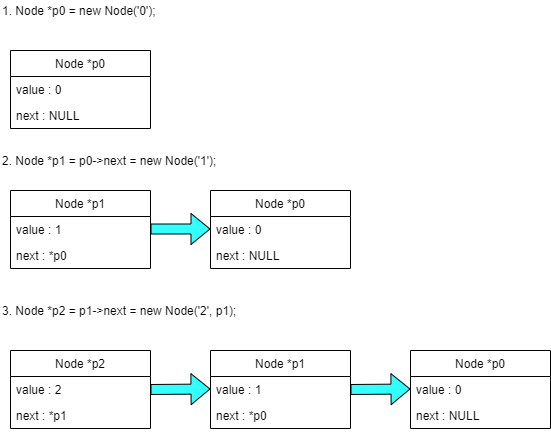
This is TIRA/week44/Exercise_2/diagram.png from pikkutimo/Studies, a draw.io export, as it was before one commit. Source tidied: cells renumbered, new cells last; positions are measured from the earlier drawing's top-left corner, leaving out a move shared by most shapes. Source of this version:
```xml
<mxGraphModel>
  <root>
    <mxCell id="0" />
    <mxCell id="1" parent="0" />
    <mxCell id="2" value="Node *p0" style="swimlane;fontStyle=0;horizontal=1;startSize=26;fillColor=none;" parent="1" vertex="1">
      <mxGeometry x="210" y="190" width="140" height="78" as="geometry" />
    </mxCell>
    <mxCell id="3" value="value : 0" style="text;strokeColor=none;fillColor=none;align=left;verticalAlign=top;spacingLeft=4;spacingRight=4;overflow=hidden;" parent="2" vertex="1">
      <mxGeometry y="26" width="140" height="26" as="geometry" />
    </mxCell>
    <mxCell id="4" value="next : NULL" style="text;strokeColor=none;fillColor=none;align=left;verticalAlign=top;spacingLeft=4;spacingRight=4;overflow=hidden;" parent="2" vertex="1">
      <mxGeometry y="52" width="140" height="26" as="geometry" />
    </mxCell>
    <mxCell id="5" value="1.&amp;nbsp;&lt;span&gt;Node *p0 = new Node('0');&lt;/span&gt;" style="text;html=1;strokeColor=none;fillColor=none;align=left;verticalAlign=middle;whiteSpace=wrap;rounded=0;" parent="1" vertex="1">
      <mxGeometry width="360" height="20" as="geometry" />
    </mxCell>
    <mxCell id="6" value="2.&amp;nbsp;&lt;span&gt;Node *p1 = p0-&amp;gt;next = new Node('1');&lt;/span&gt;" style="text;html=1;strokeColor=none;fillColor=none;align=left;verticalAlign=middle;whiteSpace=wrap;rounded=0;" parent="1" vertex="1">
      <mxGeometry y="150" width="360" height="20" as="geometry" />
    </mxCell>
    <mxCell id="7" value="Node *p0" style="swimlane;fontStyle=0;horizontal=1;startSize=26;fillColor=none;" parent="1" vertex="1">
      <mxGeometry x="10" y="50" width="140" height="78" as="geometry" />
    </mxCell>
    <mxCell id="8" value="value : 0" style="text;strokeColor=none;fillColor=none;align=left;verticalAlign=top;spacingLeft=4;spacingRight=4;overflow=hidden;" parent="7" vertex="1">
      <mxGeometry y="26" width="140" height="26" as="geometry" />
    </mxCell>
    <mxCell id="9" value="next : NULL" style="text;strokeColor=none;fillColor=none;align=left;verticalAlign=top;spacingLeft=4;spacingRight=4;overflow=hidden;" parent="7" vertex="1">
      <mxGeometry y="52" width="140" height="26" as="geometry" />
    </mxCell>
    <mxCell id="10" value="Node *p1" style="swimlane;fontStyle=0;horizontal=1;startSize=26;fillColor=none;" parent="1" vertex="1">
      <mxGeometry x="10" y="190" width="140" height="78" as="geometry" />
    </mxCell>
    <mxCell id="11" value="value : 1&#10;" style="text;strokeColor=none;fillColor=none;align=left;verticalAlign=top;spacingLeft=4;spacingRight=4;overflow=hidden;points=[[0,0.5],[1,0.5]];portConstraint=eastwest;" parent="10" vertex="1">
      <mxGeometry y="26" width="140" height="26" as="geometry" />
    </mxCell>
    <mxCell id="12" value="next : *p0" style="text;strokeColor=none;fillColor=none;align=left;verticalAlign=top;spacingLeft=4;spacingRight=4;overflow=hidden;" parent="10" vertex="1">
      <mxGeometry y="52" width="140" height="26" as="geometry" />
    </mxCell>
    <mxCell id="13" value="3.&amp;nbsp;&lt;span&gt;Node *p2 = p1-&amp;gt;next = new Node('2', p1);&lt;/span&gt;" style="text;html=1;strokeColor=none;fillColor=none;align=left;verticalAlign=middle;whiteSpace=wrap;rounded=0;" parent="1" vertex="1">
      <mxGeometry y="300" width="360" height="20" as="geometry" />
    </mxCell>
    <mxCell id="14" value="Node *p1" style="swimlane;fontStyle=0;horizontal=1;startSize=26;fillColor=none;" parent="1" vertex="1">
      <mxGeometry x="210" y="350" width="140" height="78" as="geometry" />
    </mxCell>
    <mxCell id="15" value="value : 1&#10;" style="text;strokeColor=none;fillColor=none;align=left;verticalAlign=top;spacingLeft=4;spacingRight=4;overflow=hidden;points=[[0,0.5],[1,0.5]];portConstraint=eastwest;" parent="14" vertex="1">
      <mxGeometry y="26" width="140" height="26" as="geometry" />
    </mxCell>
    <mxCell id="16" value="next : *p0" style="text;strokeColor=none;fillColor=none;align=left;verticalAlign=top;spacingLeft=4;spacingRight=4;overflow=hidden;" parent="14" vertex="1">
      <mxGeometry y="52" width="140" height="26" as="geometry" />
    </mxCell>
    <mxCell id="17" value="Node *p0" style="swimlane;fontStyle=0;horizontal=1;startSize=26;fillColor=none;" parent="1" vertex="1">
      <mxGeometry x="410" y="350" width="140" height="78" as="geometry" />
    </mxCell>
    <mxCell id="18" value="value : 0" style="text;strokeColor=none;fillColor=none;align=left;verticalAlign=top;spacingLeft=4;spacingRight=4;overflow=hidden;" parent="17" vertex="1">
      <mxGeometry y="26" width="140" height="26" as="geometry" />
    </mxCell>
    <mxCell id="19" value="next : NULL" style="text;strokeColor=none;fillColor=none;align=left;verticalAlign=top;spacingLeft=4;spacingRight=4;overflow=hidden;" parent="17" vertex="1">
      <mxGeometry y="52" width="140" height="26" as="geometry" />
    </mxCell>
    <mxCell id="20" value="Node *p2" style="swimlane;fontStyle=0;horizontal=1;startSize=26;fillColor=none;" parent="1" vertex="1">
      <mxGeometry x="10" y="350" width="140" height="78" as="geometry" />
    </mxCell>
    <mxCell id="21" value="value : 2" style="text;strokeColor=none;fillColor=none;align=left;verticalAlign=top;spacingLeft=4;spacingRight=4;overflow=hidden;points=[[0,0.5],[1,0.5]];portConstraint=eastwest;" parent="20" vertex="1">
      <mxGeometry y="26" width="140" height="26" as="geometry" />
    </mxCell>
    <mxCell id="22" value="next : *p1" style="text;strokeColor=none;fillColor=none;align=left;verticalAlign=top;spacingLeft=4;spacingRight=4;overflow=hidden;" parent="20" vertex="1">
      <mxGeometry y="52" width="140" height="26" as="geometry" />
    </mxCell>
    <mxCell id="23" style="shape=flexArrow;endArrow=classic;html=1;fillColor=#33FFFF;exitX=1;exitY=0.481;exitDx=0;exitDy=0;exitPerimeter=0;" parent="1" edge="1" source="11">
      <mxGeometry relative="1" as="geometry">
        <mxPoint x="210" y="228.5" as="targetPoint" />
      </mxGeometry>
    </mxCell>
    <mxCell id="24" style="shape=flexArrow;endArrow=classic;html=1;fillColor=#33FFFF;exitX=1;exitY=0.5;exitDx=0;exitDy=0;" parent="1" edge="1" source="21">
      <mxGeometry relative="1" as="geometry">
        <mxPoint x="210" y="388.5" as="targetPoint" />
      </mxGeometry>
    </mxCell>
    <mxCell id="25" style="shape=flexArrow;endArrow=classic;html=1;fillColor=#33FFFF;exitX=1;exitY=0.5;exitDx=0;exitDy=0;" parent="1" edge="1" source="15">
      <mxGeometry relative="1" as="geometry">
        <mxPoint x="410" y="388.5" as="targetPoint" />
      </mxGeometry>
    </mxCell>
  </root>
</mxGraphModel>
```
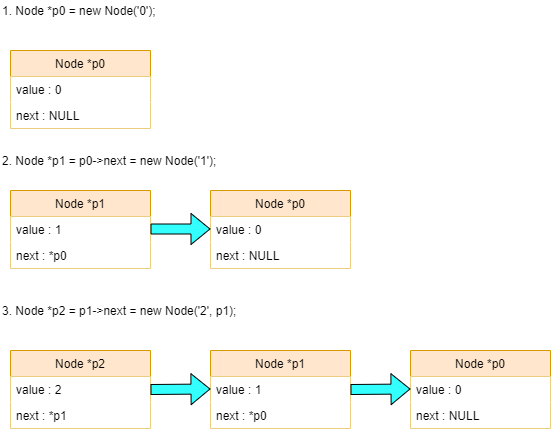
The same file after the commit.

Commit message:
Replaced diagram

Change to the diagram source:
```diff
@@ -2,67 +2,67 @@
   <root>
     <mxCell id="0" />
     <mxCell id="1" parent="0" />
-    <mxCell id="2" value="Node *p0" style="swimlane;fontStyle=0;horizontal=1;startSize=26;fillColor=none;" parent="1" vertex="1">
+    <mxCell id="2" value="Node *p0" style="swimlane;fontStyle=0;horizontal=1;startSize=26;fillColor=#ffe6cc;strokeColor=#d79b00;" parent="1" vertex="1">
       <mxGeometry x="210" y="190" width="140" height="78" as="geometry" />
     </mxCell>
-    <mxCell id="3" value="value : 0" style="text;strokeColor=none;fillColor=none;align=left;verticalAlign=top;spacingLeft=4;spacingRight=4;overflow=hidden;" parent="2" vertex="1">
+    <mxCell id="3" value="value : 0" style="text;strokeColor=none;align=left;verticalAlign=top;spacingLeft=4;spacingRight=4;overflow=hidden;fillColor=#ffffff;" parent="2" vertex="1">
       <mxGeometry y="26" width="140" height="26" as="geometry" />
     </mxCell>
-    <mxCell id="4" value="next : NULL" style="text;strokeColor=none;fillColor=none;align=left;verticalAlign=top;spacingLeft=4;spacingRight=4;overflow=hidden;" parent="2" vertex="1">
+    <mxCell id="4" value="next : NULL" style="text;strokeColor=none;align=left;verticalAlign=top;spacingLeft=4;spacingRight=4;overflow=hidden;fillColor=#ffffff;" parent="2" vertex="1">
       <mxGeometry y="52" width="140" height="26" as="geometry" />
     </mxCell>
-    <mxCell id="5" value="1.&amp;nbsp;&lt;span&gt;Node *p0 = new Node('0');&lt;/span&gt;" style="text;html=1;strokeColor=none;fillColor=none;align=left;verticalAlign=middle;whiteSpace=wrap;rounded=0;" parent="1" vertex="1">
+    <mxCell id="5" value="1.&amp;nbsp;&lt;span&gt;Node *p0 = new Node('0');&lt;/span&gt;" style="text;html=1;strokeColor=none;align=left;verticalAlign=middle;whiteSpace=wrap;rounded=0;fillColor=#ffffff;" parent="1" vertex="1">
       <mxGeometry width="360" height="20" as="geometry" />
     </mxCell>
-    <mxCell id="6" value="2.&amp;nbsp;&lt;span&gt;Node *p1 = p0-&amp;gt;next = new Node('1');&lt;/span&gt;" style="text;html=1;strokeColor=none;fillColor=none;align=left;verticalAlign=middle;whiteSpace=wrap;rounded=0;" parent="1" vertex="1">
+    <mxCell id="6" value="2.&amp;nbsp;&lt;span&gt;Node *p1 = p0-&amp;gt;next = new Node('1');&lt;/span&gt;" style="text;html=1;strokeColor=none;align=left;verticalAlign=middle;whiteSpace=wrap;rounded=0;fillColor=#ffffff;" parent="1" vertex="1">
       <mxGeometry y="150" width="360" height="20" as="geometry" />
     </mxCell>
-    <mxCell id="7" value="Node *p0" style="swimlane;fontStyle=0;horizontal=1;startSize=26;fillColor=none;" parent="1" vertex="1">
+    <mxCell id="7" value="Node *p0" style="swimlane;fontStyle=0;horizontal=1;startSize=26;fillColor=#ffe6cc;strokeColor=#d79b00;" parent="1" vertex="1">
       <mxGeometry x="10" y="50" width="140" height="78" as="geometry" />
     </mxCell>
-    <mxCell id="8" value="value : 0" style="text;strokeColor=none;fillColor=none;align=left;verticalAlign=top;spacingLeft=4;spacingRight=4;overflow=hidden;" parent="7" vertex="1">
+    <mxCell id="8" value="value : 0" style="text;strokeColor=none;align=left;verticalAlign=top;spacingLeft=4;spacingRight=4;overflow=hidden;fillColor=#ffffff;" parent="7" vertex="1">
       <mxGeometry y="26" width="140" height="26" as="geometry" />
     </mxCell>
-    <mxCell id="9" value="next : NULL" style="text;strokeColor=none;fillColor=none;align=left;verticalAlign=top;spacingLeft=4;spacingRight=4;overflow=hidden;" parent="7" vertex="1">
+    <mxCell id="9" value="next : NULL" style="text;strokeColor=none;align=left;verticalAlign=top;spacingLeft=4;spacingRight=4;overflow=hidden;fillColor=#ffffff;" parent="7" vertex="1">
       <mxGeometry y="52" width="140" height="26" as="geometry" />
     </mxCell>
-    <mxCell id="10" value="Node *p1" style="swimlane;fontStyle=0;horizontal=1;startSize=26;fillColor=none;" parent="1" vertex="1">
+    <mxCell id="10" value="Node *p1" style="swimlane;fontStyle=0;horizontal=1;startSize=26;fillColor=#ffe6cc;strokeColor=#d79b00;" parent="1" vertex="1">
       <mxGeometry x="10" y="190" width="140" height="78" as="geometry" />
     </mxCell>
-    <mxCell id="11" value="value : 1&#10;" style="text;strokeColor=none;fillColor=none;align=left;verticalAlign=top;spacingLeft=4;spacingRight=4;overflow=hidden;points=[[0,0.5],[1,0.5]];portConstraint=eastwest;" parent="10" vertex="1">
+    <mxCell id="11" value="value : 1&#10;" style="text;strokeColor=none;align=left;verticalAlign=top;spacingLeft=4;spacingRight=4;overflow=hidden;points=[[0,0.5],[1,0.5]];portConstraint=eastwest;fillColor=#ffffff;" parent="10" vertex="1">
       <mxGeometry y="26" width="140" height="26" as="geometry" />
     </mxCell>
-    <mxCell id="12" value="next : *p0" style="text;strokeColor=none;fillColor=none;align=left;verticalAlign=top;spacingLeft=4;spacingRight=4;overflow=hidden;" parent="10" vertex="1">
+    <mxCell id="12" value="next : *p0" style="text;strokeColor=none;align=left;verticalAlign=top;spacingLeft=4;spacingRight=4;overflow=hidden;fillColor=#ffffff;" parent="10" vertex="1">
       <mxGeometry y="52" width="140" height="26" as="geometry" />
     </mxCell>
-    <mxCell id="13" value="3.&amp;nbsp;&lt;span&gt;Node *p2 = p1-&amp;gt;next = new Node('2', p1);&lt;/span&gt;" style="text;html=1;strokeColor=none;fillColor=none;align=left;verticalAlign=middle;whiteSpace=wrap;rounded=0;" parent="1" vertex="1">
+    <mxCell id="13" value="3.&amp;nbsp;&lt;span&gt;Node *p2 = p1-&amp;gt;next = new Node('2', p1);&lt;/span&gt;" style="text;html=1;strokeColor=none;align=left;verticalAlign=middle;whiteSpace=wrap;rounded=0;fillColor=#ffffff;" parent="1" vertex="1">
       <mxGeometry y="300" width="360" height="20" as="geometry" />
     </mxCell>
-    <mxCell id="14" value="Node *p1" style="swimlane;fontStyle=0;horizontal=1;startSize=26;fillColor=none;" parent="1" vertex="1">
+    <mxCell id="14" value="Node *p1" style="swimlane;fontStyle=0;horizontal=1;startSize=26;fillColor=#ffe6cc;strokeColor=#d79b00;" parent="1" vertex="1">
       <mxGeometry x="210" y="350" width="140" height="78" as="geometry" />
     </mxCell>
-    <mxCell id="15" value="value : 1&#10;" style="text;strokeColor=none;fillColor=none;align=left;verticalAlign=top;spacingLeft=4;spacingRight=4;overflow=hidden;points=[[0,0.5],[1,0.5]];portConstraint=eastwest;" parent="14" vertex="1">
+    <mxCell id="15" value="value : 1&#10;" style="text;strokeColor=none;align=left;verticalAlign=top;spacingLeft=4;spacingRight=4;overflow=hidden;points=[[0,0.5],[1,0.5]];portConstraint=eastwest;fillColor=#ffffff;" parent="14" vertex="1">
       <mxGeometry y="26" width="140" height="26" as="geometry" />
     </mxCell>
-    <mxCell id="16" value="next : *p0" style="text;strokeColor=none;fillColor=none;align=left;verticalAlign=top;spacingLeft=4;spacingRight=4;overflow=hidden;" parent="14" vertex="1">
+    <mxCell id="16" value="next : *p0" style="text;strokeColor=none;align=left;verticalAlign=top;spacingLeft=4;spacingRight=4;overflow=hidden;fillColor=#ffffff;" parent="14" vertex="1">
       <mxGeometry y="52" width="140" height="26" as="geometry" />
     </mxCell>
-    <mxCell id="17" value="Node *p0" style="swimlane;fontStyle=0;horizontal=1;startSize=26;fillColor=none;" parent="1" vertex="1">
+    <mxCell id="17" value="Node *p0" style="swimlane;fontStyle=0;horizontal=1;startSize=26;fillColor=#ffe6cc;strokeColor=#d79b00;" parent="1" vertex="1">
       <mxGeometry x="410" y="350" width="140" height="78" as="geometry" />
     </mxCell>
-    <mxCell id="18" value="value : 0" style="text;strokeColor=none;fillColor=none;align=left;verticalAlign=top;spacingLeft=4;spacingRight=4;overflow=hidden;" parent="17" vertex="1">
+    <mxCell id="18" value="value : 0" style="text;strokeColor=none;align=left;verticalAlign=top;spacingLeft=4;spacingRight=4;overflow=hidden;fillColor=#ffffff;" parent="17" vertex="1">
       <mxGeometry y="26" width="140" height="26" as="geometry" />
     </mxCell>
-    <mxCell id="19" value="next : NULL" style="text;strokeColor=none;fillColor=none;align=left;verticalAlign=top;spacingLeft=4;spacingRight=4;overflow=hidden;" parent="17" vertex="1">
+    <mxCell id="19" value="next : NULL" style="text;strokeColor=none;align=left;verticalAlign=top;spacingLeft=4;spacingRight=4;overflow=hidden;fillColor=#ffffff;" parent="17" vertex="1">
       <mxGeometry y="52" width="140" height="26" as="geometry" />
     </mxCell>
-    <mxCell id="20" value="Node *p2" style="swimlane;fontStyle=0;horizontal=1;startSize=26;fillColor=none;" parent="1" vertex="1">
+    <mxCell id="20" value="Node *p2" style="swimlane;fontStyle=0;horizontal=1;startSize=26;fillColor=#ffe6cc;strokeColor=#d79b00;" parent="1" vertex="1">
       <mxGeometry x="10" y="350" width="140" height="78" as="geometry" />
     </mxCell>
-    <mxCell id="21" value="value : 2" style="text;strokeColor=none;fillColor=none;align=left;verticalAlign=top;spacingLeft=4;spacingRight=4;overflow=hidden;points=[[0,0.5],[1,0.5]];portConstraint=eastwest;" parent="20" vertex="1">
+    <mxCell id="21" value="value : 2" style="text;strokeColor=none;align=left;verticalAlign=top;spacingLeft=4;spacingRight=4;overflow=hidden;points=[[0,0.5],[1,0.5]];portConstraint=eastwest;fillColor=#ffffff;" parent="20" vertex="1">
       <mxGeometry y="26" width="140" height="26" as="geometry" />
     </mxCell>
-    <mxCell id="22" value="next : *p1" style="text;strokeColor=none;fillColor=none;align=left;verticalAlign=top;spacingLeft=4;spacingRight=4;overflow=hidden;" parent="20" vertex="1">
+    <mxCell id="22" value="next : *p1" style="text;strokeColor=none;align=left;verticalAlign=top;spacingLeft=4;spacingRight=4;overflow=hidden;fillColor=#ffffff;" parent="20" vertex="1">
       <mxGeometry y="52" width="140" height="26" as="geometry" />
     </mxCell>
     <mxCell id="23" style="shape=flexArrow;endArrow=classic;html=1;fillColor=#33FFFF;exitX=1;exitY=0.481;exitDx=0;exitDy=0;exitPerimeter=0;" parent="1" edge="1" source="11">
```
